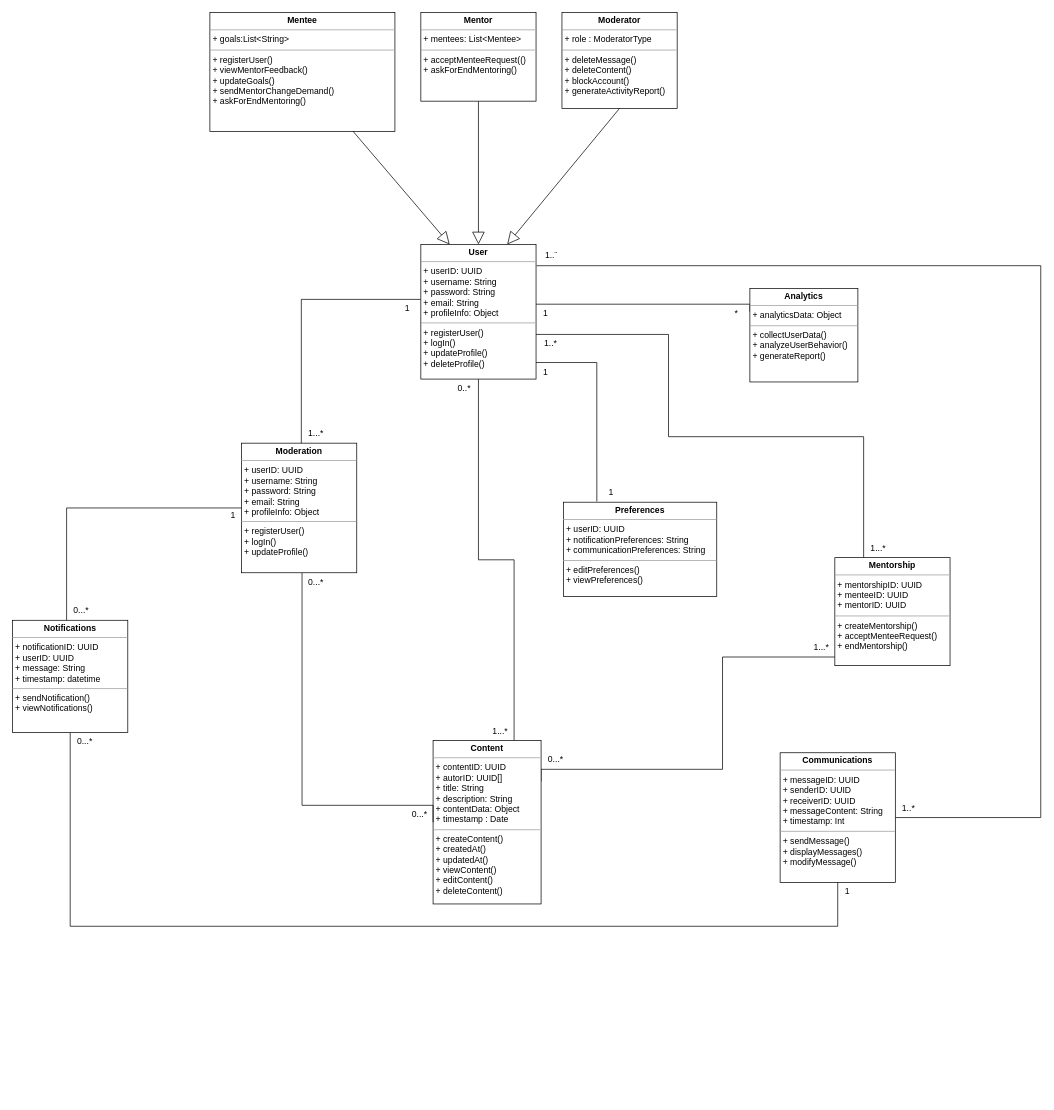
This is page "Class diagram" (5 of 5) of oc-fuzescrum-diagrams.drawio from TomPlr/oc-java-projet-3-fuzescrum, a draw.io file, before an edit. Source tidied: cells renumbered, new cells numbered last; positions are measured from the earlier drawing's top-left corner, leaving out a move shared by most shapes. Both pictures are drawn from the tidied source at 72%, with x=0, y=0 at pixel (12, 12).
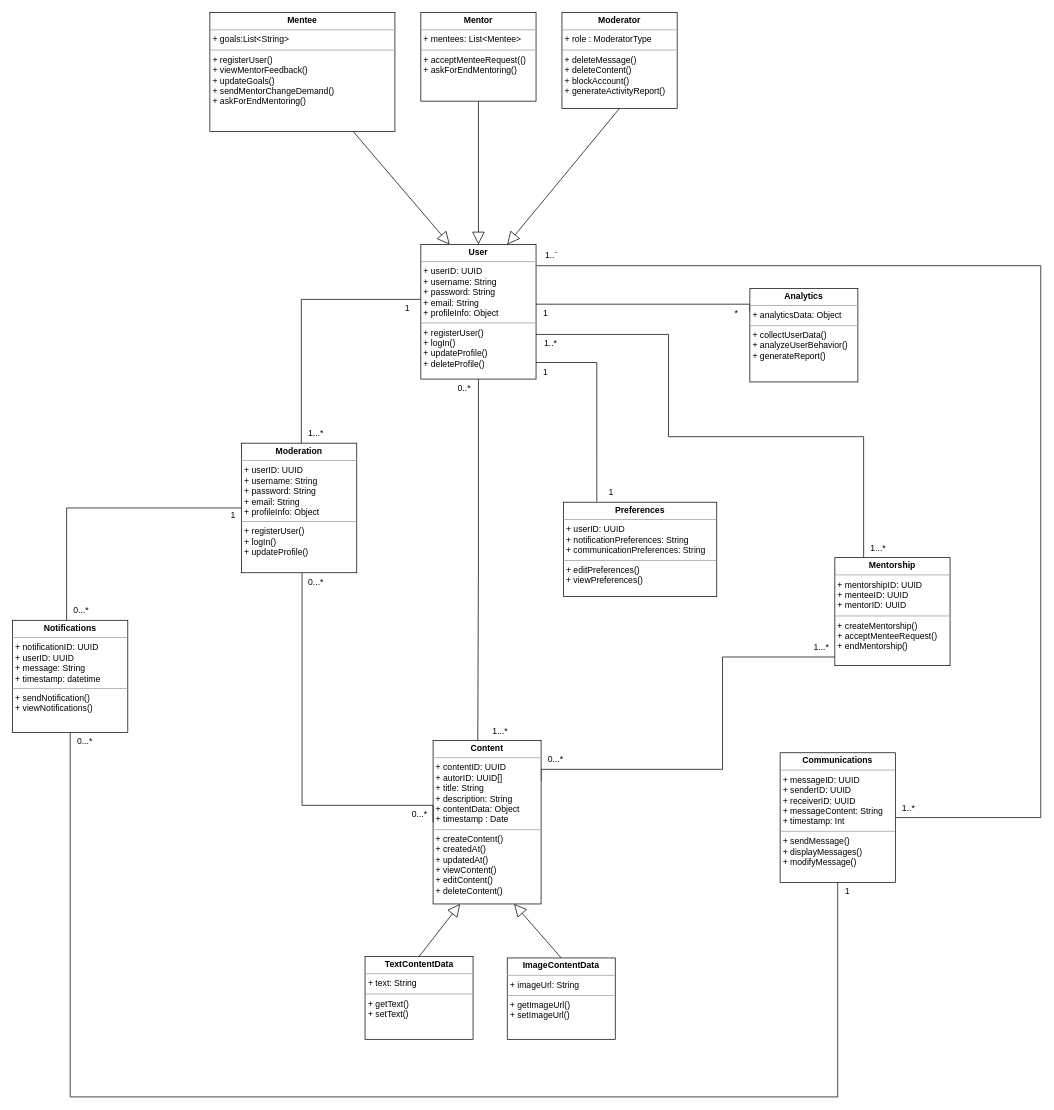
The same diagram, later.

Commit message:
Mettre à jour oc-fuzescrum-diagrams.drawio

Unchanged cells that the change refers to:
```xml
<mxCell id="6" value="&lt;p style=&quot;margin:0px;margin-top:4px;text-align:center;&quot;&gt;&lt;b&gt;User&lt;/b&gt;&lt;/p&gt;&lt;hr size=&quot;1&quot;&gt;&lt;p style=&quot;margin:0px;margin-left:4px;&quot;&gt;+ userID: UUID&lt;/p&gt;&lt;p style=&quot;margin:0px;margin-left:4px;&quot;&gt;&lt;span style=&quot;background-color: initial;&quot;&gt;+ username: String&lt;/span&gt;&lt;br&gt;&lt;/p&gt;&lt;p style=&quot;margin:0px;margin-left:4px;&quot;&gt;&lt;span style=&quot;background-color: initial;&quot;&gt;+ password: String&amp;nbsp;&lt;/span&gt;&lt;br&gt;&lt;/p&gt;&lt;p style=&quot;margin:0px;margin-left:4px;&quot;&gt;+ email: String&lt;span style=&quot;background-color: initial;&quot;&gt;&lt;br&gt;&lt;/span&gt;&lt;/p&gt;&lt;p style=&quot;margin:0px;margin-left:4px;&quot;&gt;+ profileInfo: Object&lt;br&gt;&lt;/p&gt;&lt;hr size=&quot;1&quot;&gt;&lt;p style=&quot;margin:0px;margin-left:4px;&quot;&gt;+ registerUser()&lt;/p&gt;&lt;p style=&quot;margin:0px;margin-left:4px;&quot;&gt;+ logIn()&lt;/p&gt;&lt;p style=&quot;margin:0px;margin-left:4px;&quot;&gt;+ updateProfile()&lt;/p&gt;&lt;p style=&quot;margin:0px;margin-left:4px;&quot;&gt;+ deleteProfile()&lt;/p&gt;&lt;p style=&quot;margin:0px;margin-left:4px;&quot;&gt;&lt;br&gt;&lt;/p&gt;" style="verticalAlign=top;align=left;overflow=fill;fontSize=12;fontFamily=Helvetica;html=1;whiteSpace=wrap;" parent="1" vertex="1">
  <mxGeometry x="567" y="322" width="160" height="187" as="geometry" />
</mxCell>
<mxCell id="9" value="&lt;p style=&quot;margin:0px;margin-top:4px;text-align:center;&quot;&gt;&lt;b&gt;Content&lt;/b&gt;&lt;/p&gt;&lt;hr size=&quot;1&quot;&gt;&lt;p style=&quot;margin:0px;margin-left:4px;&quot;&gt;+ contentID: UUID&lt;/p&gt;&lt;p style=&quot;margin:0px;margin-left:4px;&quot;&gt;+ autorID: UUID[]&lt;/p&gt;&lt;p style=&quot;margin:0px;margin-left:4px;&quot;&gt;&lt;span style=&quot;background-color: initial;&quot;&gt;+ title: String&lt;/span&gt;&lt;br&gt;&lt;/p&gt;&lt;p style=&quot;margin:0px;margin-left:4px;&quot;&gt;&lt;span style=&quot;background-color: initial;&quot;&gt;+ description: String&amp;nbsp;&lt;/span&gt;&lt;br&gt;&lt;/p&gt;&lt;p style=&quot;margin:0px;margin-left:4px;&quot;&gt;+ contentData: Object&lt;/p&gt;&lt;p style=&quot;margin:0px;margin-left:4px;&quot;&gt;+ timestamp : Date&lt;/p&gt;&lt;hr size=&quot;1&quot;&gt;&lt;p style=&quot;margin:0px;margin-left:4px;&quot;&gt;+ createContent()&lt;/p&gt;&lt;p style=&quot;margin:0px;margin-left:4px;&quot;&gt;+ createdAt()&lt;/p&gt;&lt;p style=&quot;margin:0px;margin-left:4px;&quot;&gt;+ updatedAt()&lt;/p&gt;&lt;p style=&quot;margin:0px;margin-left:4px;&quot;&gt;+ viewContent()&lt;/p&gt;&lt;p style=&quot;margin:0px;margin-left:4px;&quot;&gt;+ editContent()&lt;/p&gt;&lt;p style=&quot;margin:0px;margin-left:4px;&quot;&gt;+ deleteContent()&lt;/p&gt;" style="verticalAlign=top;align=left;overflow=fill;fontSize=12;fontFamily=Helvetica;html=1;whiteSpace=wrap;" parent="1" vertex="1">
  <mxGeometry x="584" y="1011" width="150" height="227" as="geometry" />
</mxCell>
<mxCell id="11" value="&lt;p style=&quot;margin:0px;margin-top:4px;text-align:center;&quot;&gt;&lt;b&gt;Communications&lt;/b&gt;&lt;/p&gt;&lt;hr size=&quot;1&quot;&gt;&lt;p style=&quot;margin:0px;margin-left:4px;&quot;&gt;+ messageID: UUID&lt;/p&gt;&lt;p style=&quot;margin:0px;margin-left:4px;&quot;&gt;&lt;span style=&quot;background-color: initial;&quot;&gt;+ senderID: UUID&lt;/span&gt;&lt;br&gt;&lt;/p&gt;&lt;p style=&quot;margin:0px;margin-left:4px;&quot;&gt;&lt;span style=&quot;background-color: initial;&quot;&gt;+ receiverID: UUID&amp;nbsp;&lt;/span&gt;&lt;br&gt;&lt;/p&gt;&lt;p style=&quot;margin:0px;margin-left:4px;&quot;&gt;+ messageContent: String&lt;span style=&quot;background-color: initial;&quot;&gt;&lt;br&gt;&lt;/span&gt;&lt;/p&gt;&lt;p style=&quot;margin:0px;margin-left:4px;&quot;&gt;+ timestamp: Int&lt;br&gt;&lt;/p&gt;&lt;hr size=&quot;1&quot;&gt;&lt;p style=&quot;margin:0px;margin-left:4px;&quot;&gt;+ sendMessage()&lt;/p&gt;&lt;p style=&quot;margin:0px;margin-left:4px;&quot;&gt;+ displayMessages()&lt;/p&gt;&lt;p style=&quot;margin:0px;margin-left:4px;&quot;&gt;+ modifyMessage()&lt;/p&gt;&lt;p style=&quot;margin:0px;margin-left:4px;&quot;&gt;&lt;br&gt;&lt;/p&gt;" style="verticalAlign=top;align=left;overflow=fill;fontSize=12;fontFamily=Helvetica;html=1;whiteSpace=wrap;" parent="1" vertex="1">
  <mxGeometry x="1066" y="1028" width="160" height="180" as="geometry" />
</mxCell>
<mxCell id="17" value="&lt;p style=&quot;margin:0px;margin-top:4px;text-align:center;&quot;&gt;&lt;b&gt;Notifications&lt;/b&gt;&lt;/p&gt;&lt;hr size=&quot;1&quot;&gt;&lt;p style=&quot;margin:0px;margin-left:4px;&quot;&gt;+ notificationID: UUID&lt;/p&gt;&lt;p style=&quot;margin:0px;margin-left:4px;&quot;&gt;&lt;span style=&quot;background-color: initial;&quot;&gt;+ userID: UUID&lt;/span&gt;&lt;br&gt;&lt;/p&gt;&lt;p style=&quot;margin:0px;margin-left:4px;&quot;&gt;&lt;span style=&quot;background-color: initial;&quot;&gt;+ message: String&amp;nbsp;&lt;/span&gt;&lt;br&gt;&lt;/p&gt;&lt;p style=&quot;margin:0px;margin-left:4px;&quot;&gt;+ timestamp: datetime&lt;/p&gt;&lt;hr size=&quot;1&quot;&gt;&lt;p style=&quot;margin:0px;margin-left:4px;&quot;&gt;+ sendNotification()&lt;/p&gt;&lt;p style=&quot;margin:0px;margin-left:4px;&quot;&gt;+ viewNotifications()&lt;/p&gt;&lt;p style=&quot;margin:0px;margin-left:4px;&quot;&gt;&lt;br&gt;&lt;/p&gt;" style="verticalAlign=top;align=left;overflow=fill;fontSize=12;fontFamily=Helvetica;html=1;whiteSpace=wrap;" parent="1" vertex="1">
  <mxGeometry y="844" width="160" height="156" as="geometry" />
</mxCell>
```

Diff of the diagram source:
```diff
@@
-    <mxCell id="5" style="edgeStyle=orthogonalEdgeStyle;rounded=0;jettySize=auto;html=1;entryX=0.75;entryY=0;entryDx=0;entryDy=0;endArrow=none;endFill=0;" parent="1" edge="1" source="6" target="9">
-      <mxGeometry relative="1" as="geometry">
-        <Array as="points">
-          <mxPoint x="647" y="760" />
-          <mxPoint x="696" y="760" />
-        </Array>
-      </mxGeometry>
+    <mxCell id="5" style="edgeStyle=orthogonalEdgeStyle;rounded=0;jettySize=auto;html=1;entryX=0.414;entryY=0.006;entryDx=0;entryDy=0;endArrow=none;endFill=0;entryPerimeter=0;" parent="1" edge="1" source="6" target="9">
+      <mxGeometry relative="1" as="geometry" />
     </mxCell>
@@
     <mxCell id="15" style="edgeStyle=orthogonalEdgeStyle;rounded=0;jettySize=auto;html=1;entryX=0.5;entryY=1;entryDx=0;entryDy=0;endArrow=none;endFill=0;" parent="1" edge="1" source="17" target="11">
       <mxGeometry relative="1" as="geometry">
         <Array as="points">
-          <mxPoint x="80" y="1269" />
-          <mxPoint x="1146" y="1269" />
+          <mxPoint x="80" y="1506" />
+          <mxPoint x="1146" y="1506" />
         </Array>
       </mxGeometry>
     </mxCell>
@@
+    <mxCell id="46" value="&lt;p style=&quot;margin:0px;margin-top:4px;text-align:center;&quot;&gt;&lt;b&gt;TextContentData&lt;/b&gt;&lt;/p&gt;&lt;hr size=&quot;1&quot;&gt;&lt;p style=&quot;margin:0px;margin-left:4px;&quot;&gt;+ text: String&lt;/p&gt;&lt;hr size=&quot;1&quot;&gt;&lt;p style=&quot;margin:0px;margin-left:4px;&quot;&gt;+ getText()&lt;/p&gt;&lt;p style=&quot;margin:0px;margin-left:4px;&quot;&gt;+ setText()&lt;br&gt;&lt;/p&gt;" style="verticalAlign=top;align=left;overflow=fill;fontSize=12;fontFamily=Helvetica;html=1;whiteSpace=wrap;" parent="1" vertex="1">
+      <mxGeometry x="489.5" y="1311" width="150" height="115" as="geometry" />
+    </mxCell>
+    <mxCell id="47" value="&lt;p style=&quot;margin:0px;margin-top:4px;text-align:center;&quot;&gt;&lt;b&gt;ImageContentData&lt;/b&gt;&lt;/p&gt;&lt;hr size=&quot;1&quot;&gt;&lt;p style=&quot;margin:0px;margin-left:4px;&quot;&gt;+ imageUrl: String&lt;/p&gt;&lt;hr size=&quot;1&quot;&gt;&lt;p style=&quot;margin:0px;margin-left:4px;&quot;&gt;+ getImageUrl()&lt;/p&gt;&lt;p style=&quot;margin:0px;margin-left:4px;&quot;&gt;+ setImageUrl()&lt;br&gt;&lt;/p&gt;" style="verticalAlign=top;align=left;overflow=fill;fontSize=12;fontFamily=Helvetica;html=1;whiteSpace=wrap;" parent="1" vertex="1">
+      <mxGeometry x="687" y="1313" width="150" height="113" as="geometry" />
+    </mxCell>
+    <mxCell id="48" style="rounded=0;jettySize=auto;html=1;entryX=0.25;entryY=1;entryDx=0;entryDy=0;endArrow=block;endFill=0;strokeWidth=1;endSize=15;exitX=0.5;exitY=0;exitDx=0;exitDy=0;" parent="1" edge="1" source="46" target="9">
+      <mxGeometry relative="1" as="geometry" />
+    </mxCell>
+    <mxCell id="49" style="rounded=0;jettySize=auto;html=1;endArrow=block;endFill=0;strokeWidth=1;endSize=15;exitX=0.5;exitY=0;exitDx=0;exitDy=0;entryX=0.75;entryY=1;entryDx=0;entryDy=0;" parent="1" edge="1" source="47" target="9">
+      <mxGeometry relative="1" as="geometry" />
+    </mxCell>
```
